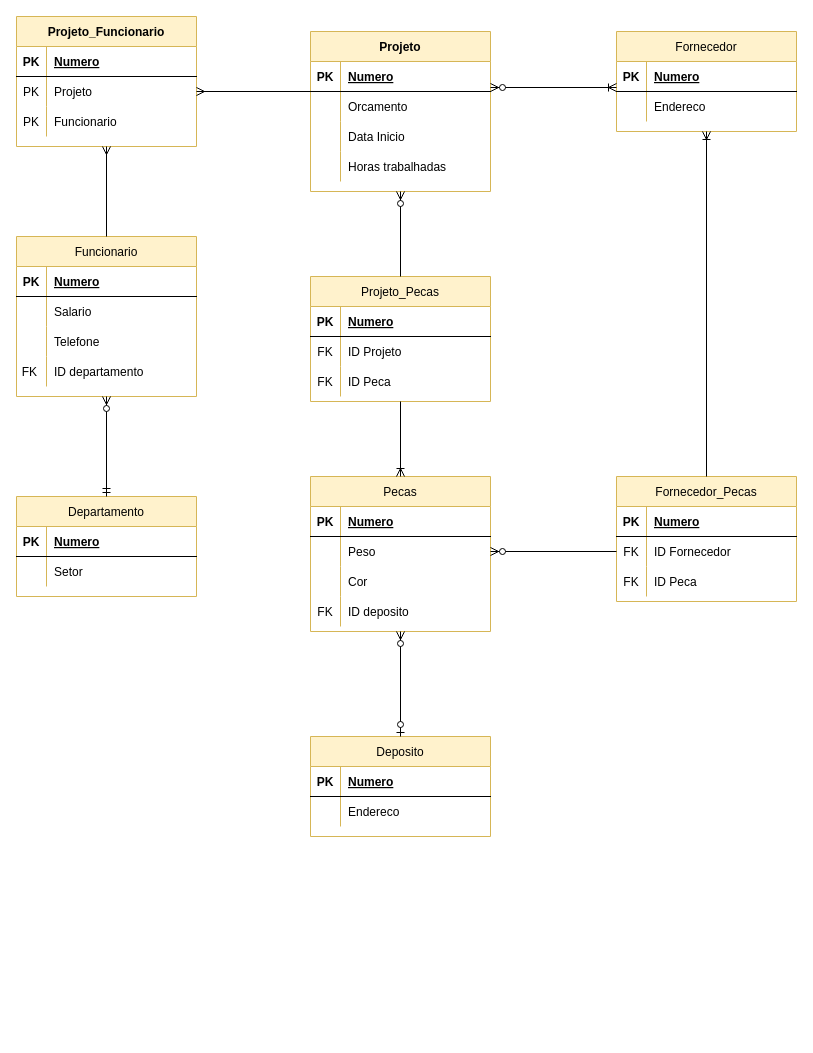
Earlier version of the draw.io diagram page "E2-industria-LOGICO" (3 of 3) of guardar/materiais/4-bancodedados/Exercicios/Lista1.drawio (cunhanai/entra21-java). Source tidied: cells renumbered, new cells numbered last; positions are measured from the earlier drawing's top-left corner, leaving out a move shared by most shapes. Both pictures are drawn from the tidied source at 100%, with x=0, y=0 at pixel (16, 16).
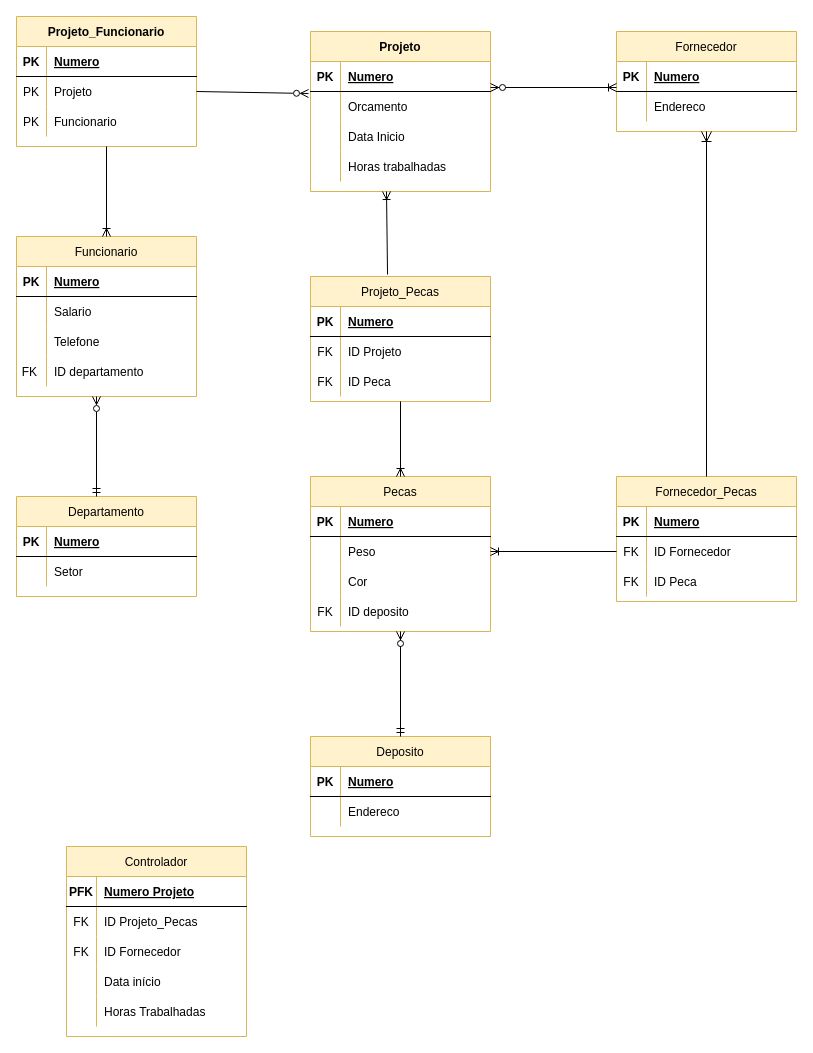
The same page after the edit.

The change refers to these unchanged cells:
```xml
<mxCell id="2" value="Funcionario" style="shape=table;startSize=30;childLayout=tableLayout;rowLines=0;fontStyle=0;align=center;fillColor=#fff2cc;strokeColor=#d6b656;" parent="1" vertex="1">
  <mxGeometry y="220" width="180" height="160" as="geometry" />
</mxCell>
<mxCell id="15" value="Projeto" style="shape=table;startSize=30;childLayout=tableLayout;rowLines=0;fontStyle=1;align=center;fillColor=#fff2cc;strokeColor=#d6b656;" parent="1" vertex="1">
  <mxGeometry x="294" y="15" width="180" height="160" as="geometry" />
</mxCell>
<mxCell id="16" style="shape=tableRow;horizontal=0;startSize=0;swimlaneHead=0;swimlaneBody=0;fillColor=none;points=[[0,0.5],[1,0.5]];portConstraint=eastwest;top=0;left=0;right=0;bottom=1;" parent="15" vertex="1">
  <mxGeometry y="30" width="180" height="30" as="geometry" />
</mxCell>
<mxCell id="19" style="shape=tableRow;horizontal=0;startSize=0;swimlaneHead=0;swimlaneBody=0;fillColor=none;points=[[0,0.5],[1,0.5]];portConstraint=eastwest;top=0;left=0;right=0;bottom=0;" parent="15" vertex="1">
  <mxGeometry y="60" width="180" height="30" as="geometry" />
</mxCell>
<mxCell id="28" value="Departamento" style="shape=table;startSize=30;childLayout=tableLayout;rowLines=0;fontStyle=0;align=center;fillColor=#fff2cc;strokeColor=#d6b656;" parent="1" vertex="1">
  <mxGeometry y="480" width="180" height="100" as="geometry" />
</mxCell>
<mxCell id="35" value="Pecas" style="shape=table;startSize=30;childLayout=tableLayout;rowLines=0;fontStyle=0;align=center;fillColor=#fff2cc;strokeColor=#d6b656;" parent="1" vertex="1">
  <mxGeometry x="294" y="460" width="180" height="155" as="geometry" />
</mxCell>
<mxCell id="39" style="shape=tableRow;horizontal=0;startSize=0;swimlaneHead=0;swimlaneBody=0;fillColor=none;points=[[0,0.5],[1,0.5]];portConstraint=eastwest;top=0;left=0;right=0;bottom=0;" parent="35" vertex="1">
  <mxGeometry y="60" width="180" height="30" as="geometry" />
</mxCell>
<mxCell id="48" value="Deposito" style="shape=table;startSize=30;childLayout=tableLayout;rowLines=0;fontStyle=0;align=center;fillColor=#fff2cc;strokeColor=#d6b656;" parent="1" vertex="1">
  <mxGeometry x="294" y="720" width="180" height="100" as="geometry" />
</mxCell>
<mxCell id="55" value="Fornecedor" style="shape=table;startSize=30;childLayout=tableLayout;rowLines=0;fontStyle=0;align=center;fillColor=#fff2cc;strokeColor=#d6b656;" parent="1" vertex="1">
  <mxGeometry x="600" y="15" width="180" height="100" as="geometry" />
</mxCell>
<mxCell id="65" value="Projeto_Funcionario" style="shape=table;startSize=30;childLayout=tableLayout;rowLines=0;fontStyle=1;align=center;fillColor=#fff2cc;strokeColor=#d6b656;" parent="1" vertex="1">
  <mxGeometry width="180" height="130" as="geometry" />
</mxCell>
<mxCell id="69" style="shape=tableRow;horizontal=0;startSize=0;swimlaneHead=0;swimlaneBody=0;fillColor=none;points=[[0,0.5],[1,0.5]];portConstraint=eastwest;top=0;left=0;right=0;bottom=0;" parent="65" vertex="1">
  <mxGeometry y="60" width="180" height="30" as="geometry" />
</mxCell>
<mxCell id="77" value="Projeto_Pecas" style="shape=table;startSize=30;childLayout=tableLayout;rowLines=0;fontStyle=0;align=center;fillColor=#fff2cc;strokeColor=#d6b656;" parent="1" vertex="1">
  <mxGeometry x="294" y="260" width="180" height="125" as="geometry" />
</mxCell>
<mxCell id="89" value="Fornecedor_Pecas" style="shape=table;startSize=30;childLayout=tableLayout;rowLines=0;fontStyle=0;align=center;fillColor=#fff2cc;strokeColor=#d6b656;" parent="1" vertex="1">
  <mxGeometry x="600" y="460" width="180" height="125" as="geometry" />
</mxCell>
<mxCell id="93" style="shape=tableRow;horizontal=0;startSize=0;swimlaneHead=0;swimlaneBody=0;fillColor=none;points=[[0,0.5],[1,0.5]];portConstraint=eastwest;top=0;left=0;right=0;bottom=0;" parent="89" vertex="1">
  <mxGeometry y="60" width="180" height="30" as="geometry" />
</mxCell>
```

The edit, as a diff of the source:
```diff
@@
-    <mxCell id="62" style="fontSize=12;html=1;endArrow=ERzeroToMany;startArrow=ERmandOne;rounded=0;entryX=0.5;entryY=1;entryDx=0;entryDy=0;exitX=0.5;exitY=0;exitDx=0;exitDy=0;" parent="1" edge="1" source="28" target="2">
-      <mxGeometry relative="1" as="geometry" />
-    </mxCell>
-    <mxCell id="63" style="fontSize=12;html=1;endArrow=ERzeroToMany;startArrow=ERzeroToOne;rounded=0;exitX=0.5;exitY=0;exitDx=0;exitDy=0;entryX=0.5;entryY=1;entryDx=0;entryDy=0;" parent="1" edge="1" source="48" target="35">
+    <mxCell id="63" style="fontSize=12;html=1;endArrow=ERzeroToMany;startArrow=ERmandOne;rounded=0;exitX=0.5;exitY=0;exitDx=0;exitDy=0;entryX=0.5;entryY=1;entryDx=0;entryDy=0;startFill=0;" parent="1" edge="1" source="48" target="35">
       <mxGeometry relative="1" as="geometry" />
     </mxCell>
@@
-    <mxCell id="75" style="fontSize=12;html=1;endArrow=ERmany;rounded=0;entryX=0.5;entryY=1;entryDx=0;entryDy=0;exitX=0.5;exitY=0;exitDx=0;exitDy=0;" parent="1" edge="1" source="2" target="65">
+    <mxCell id="75" style="fontSize=12;html=1;endArrow=none;rounded=0;entryX=0.5;entryY=1;entryDx=0;entryDy=0;exitX=0.5;exitY=0;exitDx=0;exitDy=0;startArrow=ERoneToMany;startFill=0;endFill=0;" parent="1" edge="1" source="2" target="65">
       <mxGeometry relative="1" as="geometry" />
     </mxCell>
-    <mxCell id="76" style="fontSize=12;html=1;endArrow=ERmany;rounded=0;entryX=1;entryY=0.5;entryDx=0;entryDy=0;exitX=0.017;exitY=1;exitDx=0;exitDy=0;exitPerimeter=0;" parent="1" edge="1" source="16" target="69">
+    <mxCell id="76" style="fontSize=12;html=1;endArrow=none;rounded=0;entryX=1;entryY=0.5;entryDx=0;entryDy=0;startArrow=ERzeroToMany;startFill=0;endFill=0;exitX=-0.011;exitY=0.067;exitDx=0;exitDy=0;exitPerimeter=0;" parent="1" edge="1" source="19" target="69">
       <mxGeometry relative="1" as="geometry" />
     </mxCell>
@@
-    <mxCell id="88" style="fontSize=12;html=1;endArrow=ERzeroToMany;endFill=1;rounded=0;exitX=0.5;exitY=0;exitDx=0;exitDy=0;entryX=0.5;entryY=1;entryDx=0;entryDy=0;" parent="1" edge="1" source="77" target="15">
-      <mxGeometry relative="1" as="geometry" />
-    </mxCell>
@@
+    <mxCell id="100" style="fontSize=12;html=1;endArrow=ERoneToMany;rounded=0;entryX=0.5;entryY=1;entryDx=0;entryDy=0;startArrow=none;startFill=0;endSize=8;" parent="1" edge="1" source="89" target="55">
+      <mxGeometry relative="1" as="geometry" />
+    </mxCell>
+    <mxCell id="101" style="fontSize=12;html=1;endArrow=ERzeroToMany;startArrow=ERmandOne;rounded=0;endFill=0;" parent="1" edge="1">
+      <mxGeometry relative="1" as="geometry">
+        <mxPoint x="80" y="480" as="sourcePoint" />
+        <mxPoint x="80" y="380" as="targetPoint" />
+      </mxGeometry>
+    </mxCell>
+    <mxCell id="102" style="fontSize=12;html=1;endArrow=ERoneToMany;rounded=0;exitX=0.428;exitY=-0.016;exitDx=0;exitDy=0;exitPerimeter=0;" parent="1" edge="1" source="77">
+      <mxGeometry relative="1" as="geometry">
+        <mxPoint x="370" y="175" as="targetPoint" />
+      </mxGeometry>
+    </mxCell>
-    <mxCell id="99" style="fontSize=12;html=1;endArrow=ERzeroToMany;endFill=1;rounded=0;" parent="1" edge="1" source="93" target="39">
+    <mxCell id="99" style="fontSize=12;html=1;endArrow=ERoneToMany;rounded=0;entryX=1;entryY=0.5;entryDx=0;entryDy=0;exitX=0;exitY=0.5;exitDx=0;exitDy=0;" parent="1" edge="1" source="93" target="39">
       <mxGeometry relative="1" as="geometry" />
     </mxCell>
-    <mxCell id="100" style="fontSize=12;html=1;endArrow=ERoneToMany;rounded=0;entryX=0.5;entryY=1;entryDx=0;entryDy=0;" parent="1" edge="1" source="89" target="55">
-      <mxGeometry relative="1" as="geometry" />
-    </mxCell>
+    <mxCell id="103" value="Controlador" style="shape=table;startSize=30;childLayout=tableLayout;rowLines=0;fontStyle=0;align=center;fillColor=#fff2cc;strokeColor=#d6b656;" parent="1" vertex="1">
+      <mxGeometry x="50" y="830" width="180" height="190" as="geometry" />
+    </mxCell>
+    <mxCell id="104" style="shape=tableRow;horizontal=0;startSize=0;swimlaneHead=0;swimlaneBody=0;fillColor=none;top=0;left=0;right=0;bottom=1;" parent="103" vertex="1">
+      <mxGeometry y="30" width="180" height="30" as="geometry" />
+    </mxCell>
+    <mxCell id="105" value="PFK" style="shape=partialRectangle;fillColor=none;top=0;left=0;bottom=0;right=0;fontStyle=1;overflow=hidden;" parent="104" vertex="1">
+      <mxGeometry width="30" height="30" as="geometry" />
+    </mxCell>
+    <mxCell id="106" value="Numero Projeto" style="shape=partialRectangle;fillColor=none;top=0;left=0;bottom=0;right=0;align=left;spacingLeft=6;fontStyle=5;overflow=hidden;" parent="104" vertex="1">
+      <mxGeometry x="30" width="150" height="30" as="geometry" />
+    </mxCell>
+    <mxCell id="107" style="shape=tableRow;horizontal=0;startSize=0;swimlaneHead=0;swimlaneBody=0;fillColor=none;top=0;left=0;right=0;bottom=0;" parent="103" vertex="1">
+      <mxGeometry y="60" width="180" height="30" as="geometry" />
+    </mxCell>
+    <mxCell id="108" value="FK" style="shape=partialRectangle;fillColor=none;top=0;left=0;bottom=0;right=0;overflow=hidden;" parent="107" vertex="1">
+      <mxGeometry width="30" height="30" as="geometry" />
+    </mxCell>
+    <mxCell id="109" value="ID Projeto_Pecas" style="shape=partialRectangle;fillColor=none;top=0;left=0;bottom=0;right=0;align=left;spacingLeft=6;overflow=hidden;" parent="107" vertex="1">
+      <mxGeometry x="30" width="150" height="30" as="geometry" />
+    </mxCell>
+    <mxCell id="110" style="shape=tableRow;horizontal=0;startSize=0;swimlaneHead=0;swimlaneBody=0;fillColor=none;top=0;left=0;right=0;bottom=0;" parent="103" vertex="1">
+      <mxGeometry y="90" width="180" height="30" as="geometry" />
+    </mxCell>
+    <mxCell id="111" value="FK" style="shape=partialRectangle;fillColor=none;top=0;left=0;bottom=0;right=0;overflow=hidden;" parent="110" vertex="1">
+      <mxGeometry width="30" height="30" as="geometry" />
+    </mxCell>
+    <mxCell id="112" value="ID Fornecedor" style="shape=partialRectangle;fillColor=none;top=0;left=0;bottom=0;right=0;align=left;spacingLeft=6;overflow=hidden;" parent="110" vertex="1">
+      <mxGeometry x="30" width="150" height="30" as="geometry" />
+    </mxCell>
+    <mxCell id="113" style="shape=tableRow;horizontal=0;startSize=0;swimlaneHead=0;swimlaneBody=0;fillColor=none;top=0;left=0;right=0;bottom=0;" parent="103" vertex="1">
+      <mxGeometry y="120" width="180" height="30" as="geometry" />
+    </mxCell>
+    <mxCell id="114" style="shape=partialRectangle;fillColor=none;top=0;left=0;bottom=0;right=0;overflow=hidden;" parent="113" vertex="1">
+      <mxGeometry width="30" height="30" as="geometry" />
+    </mxCell>
+    <mxCell id="115" value="Data início" style="shape=partialRectangle;fillColor=none;top=0;left=0;bottom=0;right=0;align=left;spacingLeft=6;overflow=hidden;" parent="113" vertex="1">
+      <mxGeometry x="30" width="150" height="30" as="geometry" />
+    </mxCell>
+    <mxCell id="116" style="shape=tableRow;horizontal=0;startSize=0;swimlaneHead=0;swimlaneBody=0;fillColor=none;top=0;left=0;right=0;bottom=0;" parent="103" vertex="1">
+      <mxGeometry y="150" width="180" height="30" as="geometry" />
+    </mxCell>
+    <mxCell id="117" style="shape=partialRectangle;fillColor=none;top=0;left=0;bottom=0;right=0;overflow=hidden;" parent="116" vertex="1">
+      <mxGeometry width="30" height="30" as="geometry" />
+    </mxCell>
+    <mxCell id="118" value="Horas Trabalhadas" style="shape=partialRectangle;fillColor=none;top=0;left=0;bottom=0;right=0;align=left;spacingLeft=6;overflow=hidden;" parent="116" vertex="1">
+      <mxGeometry x="30" width="150" height="30" as="geometry" />
+    </mxCell>
```
